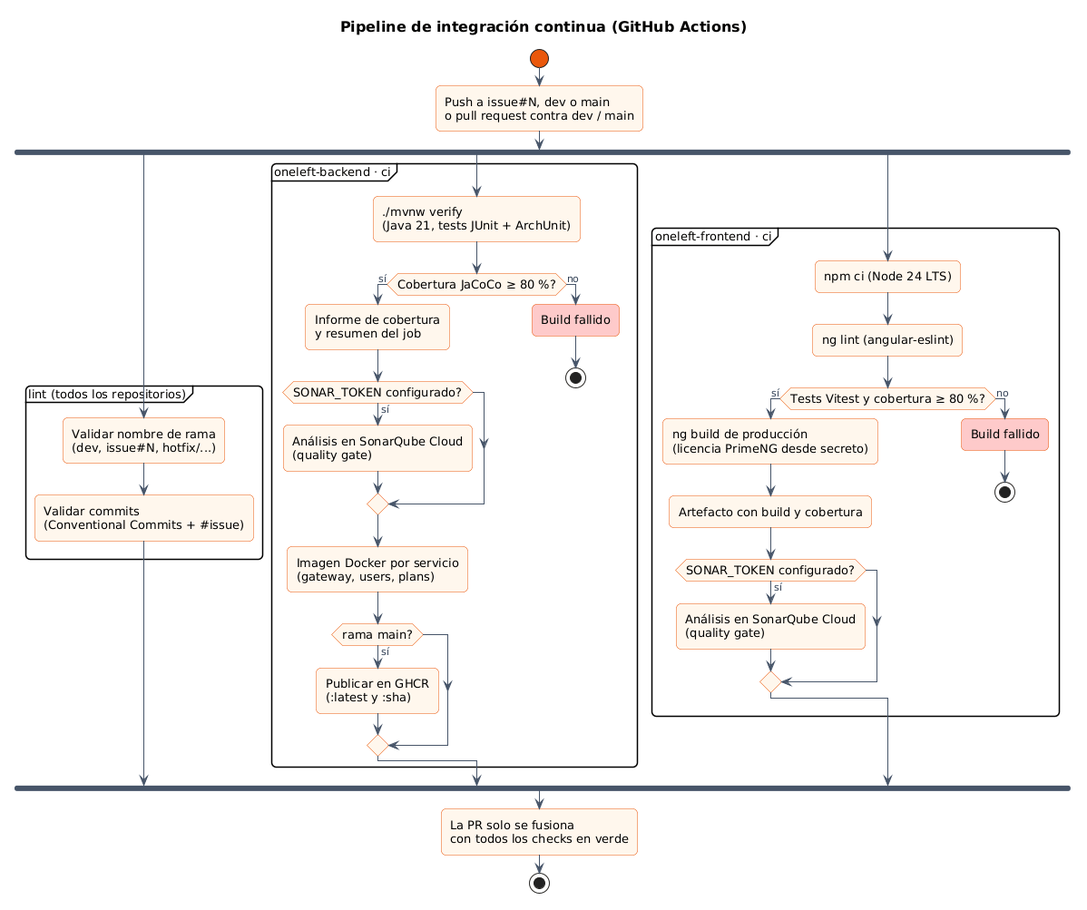
chabelly-lbetancourt/oneleft-docs keeps this PlantUML diagram as memoria/diagramas/10-pipeline-ci.png. Above is the earlier version. Source of this version:
```plantuml
@startuml 10-pipeline-ci
!include estilo.iuml
title Pipeline de integración continua (GitHub Actions)

start
:Push a issue#N, dev o main
o pull request contra dev / main;

fork
  partition "lint (todos los repositorios)" {
    :Validar nombre de rama\n(dev, issue#N, hotfix/...);
    :Validar commits\n(Conventional Commits + #issue);
  }
fork again
  partition "oneleft-backend · ci" {
    :./mvnw verify\n(Java 21, tests JUnit + ArchUnit);
    if (Cobertura JaCoCo ≥ 80 %?) then (sí)
      :Informe de cobertura\ny resumen del job;
      if (SONAR_TOKEN configurado?) then (sí)
        :Análisis en SonarQube Cloud\n(quality gate);
      endif
      :Imagen Docker por servicio\n(gateway, users, plans);
      if (rama main?) then (sí)
        :Publicar en GHCR\n(:latest y :sha);
      endif
    else (no)
      :Build fallido; <<#FECACA>>
      stop
    endif
  }
fork again
  partition "oneleft-frontend · ci" {
    :npm ci (Node 24 LTS);
    :ng lint (angular-eslint);
    if (Tests Vitest y cobertura ≥ 80 %?) then (sí)
      :ng build de producción\n(licencia PrimeNG desde secreto);
      :Artefacto con build y cobertura;
      if (SONAR_TOKEN configurado?) then (sí)
        :Análisis en SonarQube Cloud\n(quality gate);
      endif
    else (no)
      :Build fallido; <<#FECACA>>
      stop
    endif
  }
end fork
:La PR solo se fusiona\ncon todos los checks en verde;
stop
@enduml
```
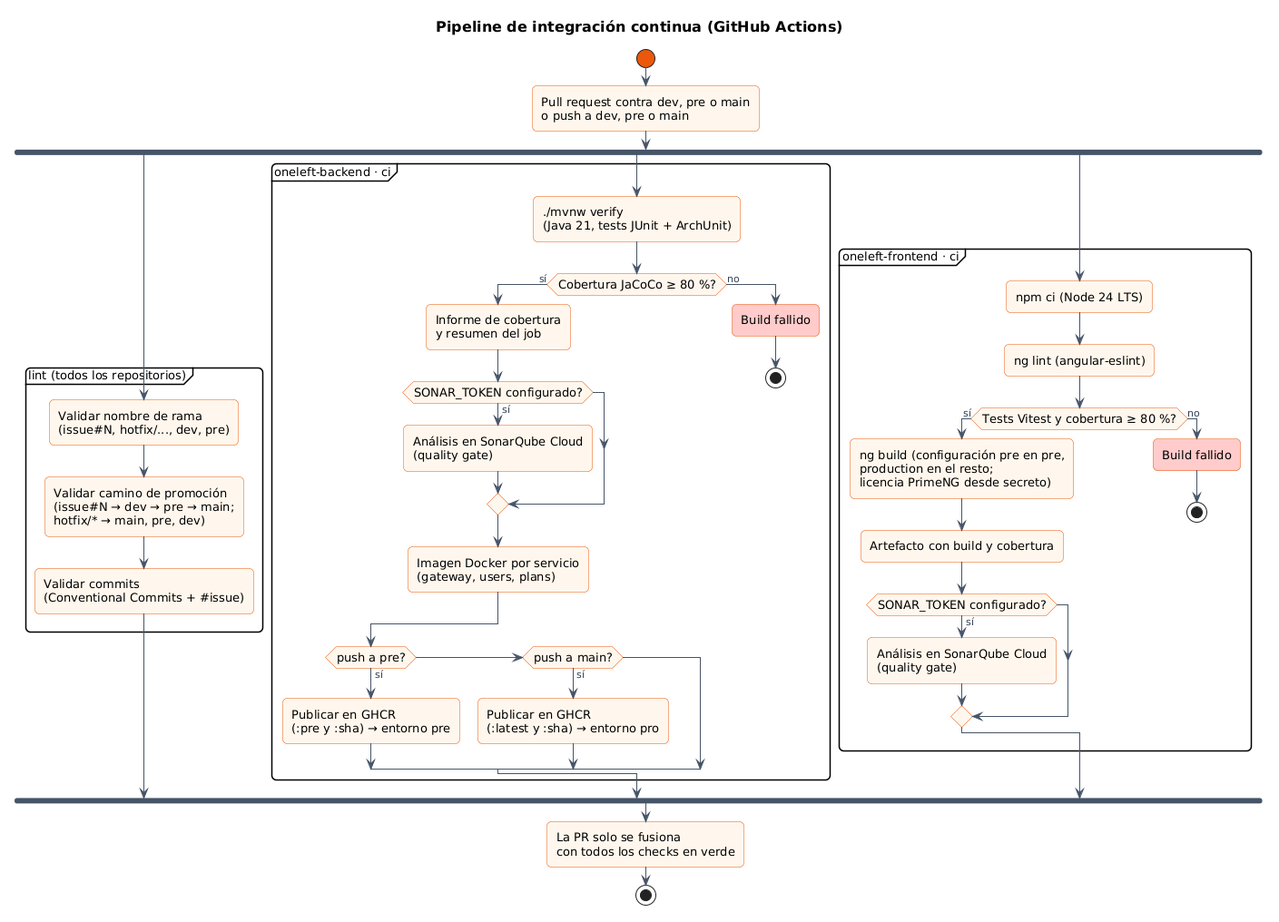
Above is the later version.

What changed in the source:
```diff
@@ -3,12 +3,13 @@
 title Pipeline de integración continua (GitHub Actions)
 
 start
-:Push a issue#N, dev o main
-o pull request contra dev / main;
+:Pull request contra dev, pre o main
+o push a dev, pre o main;
 
 fork
   partition "lint (todos los repositorios)" {
-    :Validar nombre de rama\n(dev, issue#N, hotfix/...);
+    :Validar nombre de rama\n(issue#N, hotfix/..., dev, pre);
+    :Validar camino de promoción\n(issue#N → dev → pre → main;\nhotfix/* → main, pre, dev);
     :Validar commits\n(Conventional Commits + #issue);
   }
 fork again
@@ -20,8 +21,10 @@
         :Análisis en SonarQube Cloud\n(quality gate);
       endif
       :Imagen Docker por servicio\n(gateway, users, plans);
-      if (rama main?) then (sí)
-        :Publicar en GHCR\n(:latest y :sha);
+      if (push a pre?) then (sí)
+        :Publicar en GHCR\n(:pre y :sha) → entorno pre;
+      elseif (push a main?) then (sí)
+        :Publicar en GHCR\n(:latest y :sha) → entorno pro;
       endif
     else (no)
       :Build fallido; <<#FECACA>>
@@ -33,7 +36,7 @@
     :npm ci (Node 24 LTS);
     :ng lint (angular-eslint);
     if (Tests Vitest y cobertura ≥ 80 %?) then (sí)
-      :ng build de producción\n(licencia PrimeNG desde secreto);
+      :ng build (configuración pre en pre,\nproduction en el resto;\nlicencia PrimeNG desde secreto);
       :Artefacto con build y cobertura;
       if (SONAR_TOKEN configurado?) then (sí)
         :Análisis en SonarQube Cloud\n(quality gate);
```
